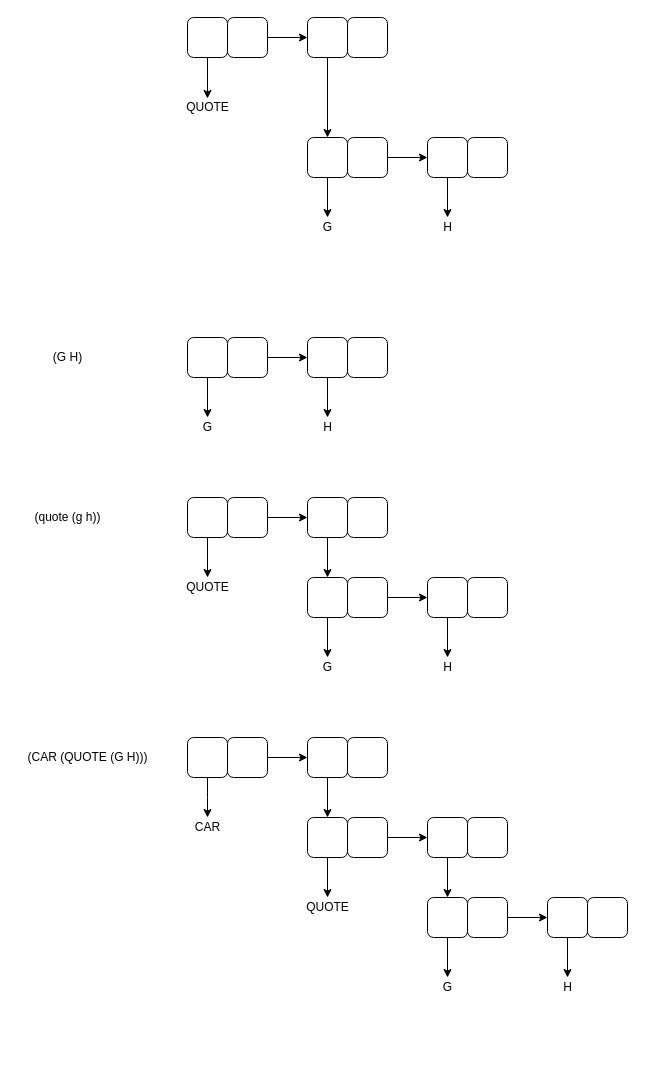
Before: exampl2.drawio in guitarvydas/cl-sector-lisp, a draw.io diagram. Source tidied: cells renumbered, new cells numbered last; positions are measured from the earlier drawing's top-left corner, leaving out a move shared by most shapes. Both pictures are drawn from the tidied source at 100%, with x=0, y=0 at pixel (17, 17).
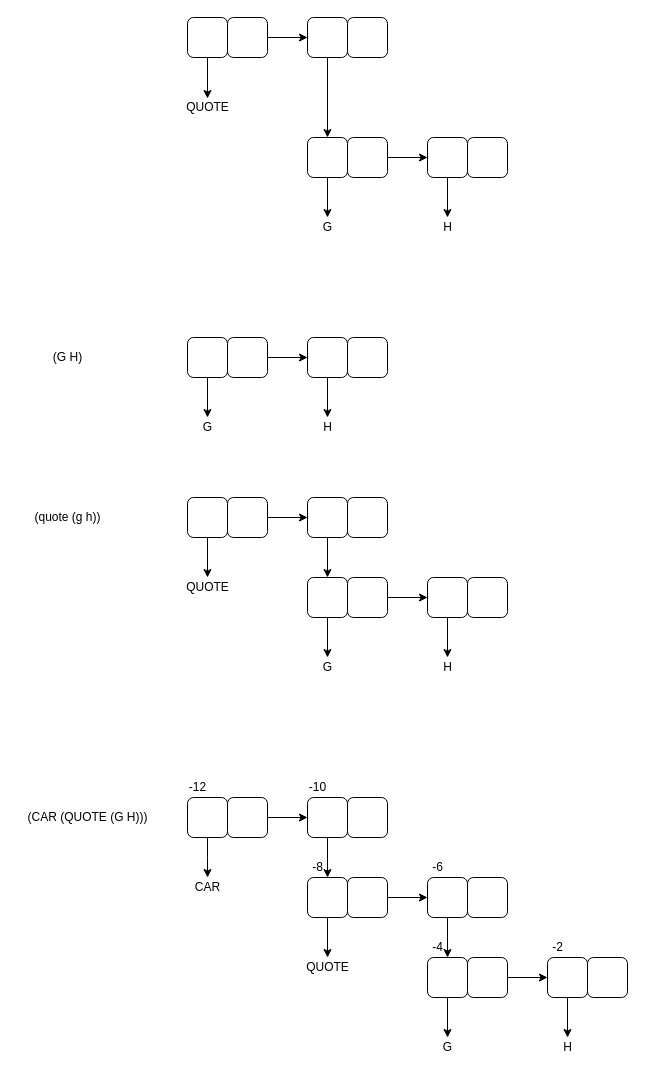
Above is the later version.

Change to the diagram source:
```diff
@@
     <mxCell id="47" style="edgeStyle=orthogonalEdgeStyle;rounded=0;jettySize=auto;html=1;exitX=0.5;exitY=1;exitDx=0;exitDy=0;entryX=0.5;entryY=0;entryDx=0;entryDy=0;entryPerimeter=0;" parent="1" edge="1" source="48">
       <mxGeometry relative="1" as="geometry">
-        <mxPoint x="190" y="800" as="targetPoint" />
+        <mxPoint x="190" y="860" as="targetPoint" />
       </mxGeometry>
     </mxCell>
     <mxCell id="48" style="rounded=1;whiteSpace=wrap;html=1;" parent="1" vertex="1">
-      <mxGeometry x="170" y="720" width="40" height="40" as="geometry" />
+      <mxGeometry x="170" y="780" width="40" height="40" as="geometry" />
     </mxCell>
@@
     <mxCell id="50" style="rounded=1;whiteSpace=wrap;html=1;" parent="1" vertex="1">
-      <mxGeometry x="210" y="720" width="40" height="40" as="geometry" />
+      <mxGeometry x="210" y="780" width="40" height="40" as="geometry" />
     </mxCell>
@@
     <mxCell id="52" style="rounded=1;whiteSpace=wrap;html=1;" parent="1" vertex="1">
-      <mxGeometry x="290" y="720" width="40" height="40" as="geometry" />
+      <mxGeometry x="290" y="780" width="40" height="40" as="geometry" />
     </mxCell>
     <mxCell id="53" style="rounded=1;whiteSpace=wrap;html=1;" parent="1" vertex="1">
-      <mxGeometry x="330" y="720" width="40" height="40" as="geometry" />
+      <mxGeometry x="330" y="780" width="40" height="40" as="geometry" />
     </mxCell>
     <mxCell id="54" value="CAR" style="text;html=1;align=center;verticalAlign=middle;strokeColor=none;" parent="1" vertex="1">
-      <mxGeometry x="170" y="800" width="40" height="20" as="geometry" />
+      <mxGeometry x="170" y="860" width="40" height="20" as="geometry" />
     </mxCell>
@@
     <mxCell id="56" style="rounded=1;whiteSpace=wrap;html=1;" parent="1" vertex="1">
-      <mxGeometry x="410" y="880" width="40" height="40" as="geometry" />
+      <mxGeometry x="410" y="940" width="40" height="40" as="geometry" />
     </mxCell>
@@
     <mxCell id="58" style="rounded=1;whiteSpace=wrap;html=1;" parent="1" vertex="1">
-      <mxGeometry x="450" y="880" width="40" height="40" as="geometry" />
+      <mxGeometry x="450" y="940" width="40" height="40" as="geometry" />
     </mxCell>
@@
     <mxCell id="60" style="rounded=1;whiteSpace=wrap;html=1;" parent="1" vertex="1">
-      <mxGeometry x="530" y="880" width="40" height="40" as="geometry" />
+      <mxGeometry x="530" y="940" width="40" height="40" as="geometry" />
     </mxCell>
     <mxCell id="61" style="rounded=1;whiteSpace=wrap;html=1;" parent="1" vertex="1">
-      <mxGeometry x="570" y="880" width="40" height="40" as="geometry" />
+      <mxGeometry x="570" y="940" width="40" height="40" as="geometry" />
     </mxCell>
     <mxCell id="62" value="G" style="text;html=1;align=center;verticalAlign=middle;points=[];strokeColor=none;" parent="1" vertex="1">
-      <mxGeometry x="420" y="960" width="20" height="20" as="geometry" />
+      <mxGeometry x="420" y="1020" width="20" height="20" as="geometry" />
     </mxCell>
     <mxCell id="63" value="H" style="text;html=1;align=center;verticalAlign=middle;points=[];strokeColor=none;" parent="1" vertex="1">
-      <mxGeometry x="540" y="960" width="20" height="20" as="geometry" />
+      <mxGeometry x="540" y="1020" width="20" height="20" as="geometry" />
     </mxCell>
@@
     <mxCell id="65" style="rounded=1;whiteSpace=wrap;html=1;" parent="1" vertex="1">
-      <mxGeometry x="290" y="800" width="40" height="40" as="geometry" />
+      <mxGeometry x="290" y="860" width="40" height="40" as="geometry" />
     </mxCell>
@@
     <mxCell id="67" style="rounded=1;whiteSpace=wrap;html=1;" parent="1" vertex="1">
-      <mxGeometry x="330" y="800" width="40" height="40" as="geometry" />
+      <mxGeometry x="330" y="860" width="40" height="40" as="geometry" />
     </mxCell>
     <mxCell id="68" value="QUOTE" style="text;html=1;align=center;verticalAlign=middle;points=[];strokeColor=none;" parent="1" vertex="1">
-      <mxGeometry x="280" y="880" width="60" height="20" as="geometry" />
+      <mxGeometry x="280" y="940" width="60" height="20" as="geometry" />
     </mxCell>
@@
     <mxCell id="70" style="rounded=1;whiteSpace=wrap;html=1;" parent="1" vertex="1">
-      <mxGeometry x="410" y="800" width="40" height="40" as="geometry" />
+      <mxGeometry x="410" y="860" width="40" height="40" as="geometry" />
     </mxCell>
     <mxCell id="71" style="rounded=1;whiteSpace=wrap;html=1;" parent="1" vertex="1">
-      <mxGeometry x="450" y="800" width="40" height="40" as="geometry" />
+      <mxGeometry x="450" y="860" width="40" height="40" as="geometry" />
     </mxCell>
     <mxCell id="72" value="(CAR (QUOTE (G H)))" style="text;html=1;align=center;verticalAlign=middle;strokeColor=none;" parent="1" vertex="1">
-      <mxGeometry y="730" width="140" height="20" as="geometry" />
+      <mxGeometry y="790" width="140" height="20" as="geometry" />
     </mxCell>
+    <mxCell id="73" value="-2" style="text;html=1;align=center;verticalAlign=middle;strokeColor=none;" parent="1" vertex="1">
+      <mxGeometry x="525" y="920" width="30" height="20" as="geometry" />
+    </mxCell>
+    <mxCell id="74" value="-4" style="text;html=1;align=center;verticalAlign=middle;strokeColor=none;" parent="1" vertex="1">
+      <mxGeometry x="405" y="920" width="30" height="20" as="geometry" />
+    </mxCell>
+    <mxCell id="75" value="-6" style="text;html=1;align=center;verticalAlign=middle;strokeColor=none;" parent="1" vertex="1">
+      <mxGeometry x="405" y="840" width="30" height="20" as="geometry" />
+    </mxCell>
+    <mxCell id="76" value="-8" style="text;html=1;align=center;verticalAlign=middle;strokeColor=none;" parent="1" vertex="1">
+      <mxGeometry x="285" y="840" width="30" height="20" as="geometry" />
+    </mxCell>
+    <mxCell id="77" value="-10" style="text;html=1;align=center;verticalAlign=middle;strokeColor=none;" parent="1" vertex="1">
+      <mxGeometry x="285" y="760" width="30" height="20" as="geometry" />
+    </mxCell>
+    <mxCell id="78" value="-12" style="text;html=1;align=center;verticalAlign=middle;strokeColor=none;" parent="1" vertex="1">
+      <mxGeometry x="165" y="760" width="30" height="20" as="geometry" />
+    </mxCell>
```
